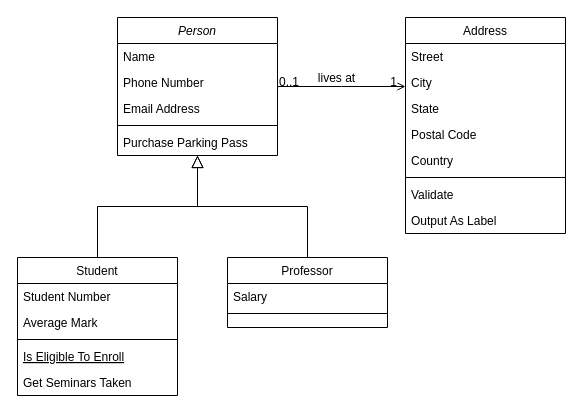
Above: page "Page-1" (1 of 2) of 未命名绘图.drawio in TBoVo123/Streaming-Player1.0 (draw.io), before the change. Source tidied: cells renumbered, new cells numbered last; positions are measured from the earlier drawing's top-left corner, leaving out a move shared by most shapes. Both pictures are drawn from the tidied source at 100%, with x=0, y=0 at pixel (17, 17).
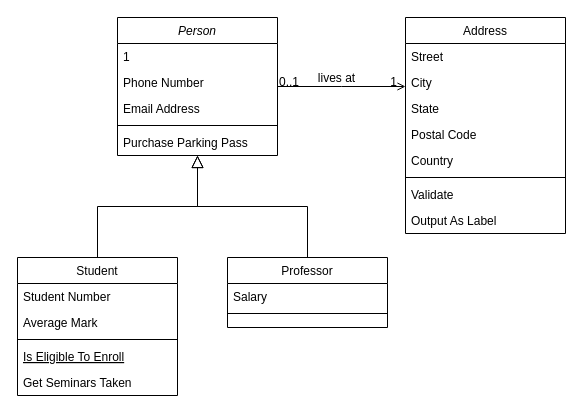
After the change.

Commit message:
更新未命名绘图.drawio

Unchanged cells that the change refers to:
```xml
<mxCell id="2" value="Person" style="swimlane;fontStyle=2;align=center;verticalAlign=top;horizontal=1;startSize=26;rounded=0;shadow=0;strokeWidth=1;" parent="1" vertex="1">
  <mxGeometry x="100" width="160" height="138" as="geometry" />
</mxCell>
```

What changed in the source:
```diff
@@
-    <mxCell id="3" value="Name" style="text;align=left;verticalAlign=top;spacingLeft=4;spacingRight=4;overflow=hidden;" parent="2" vertex="1">
+    <mxCell id="3" value="1&#10;" style="text;align=left;verticalAlign=top;spacingLeft=4;spacingRight=4;overflow=hidden;" parent="2" vertex="1">
       <mxGeometry y="26" width="160" height="26" as="geometry" />
     </mxCell>
```
